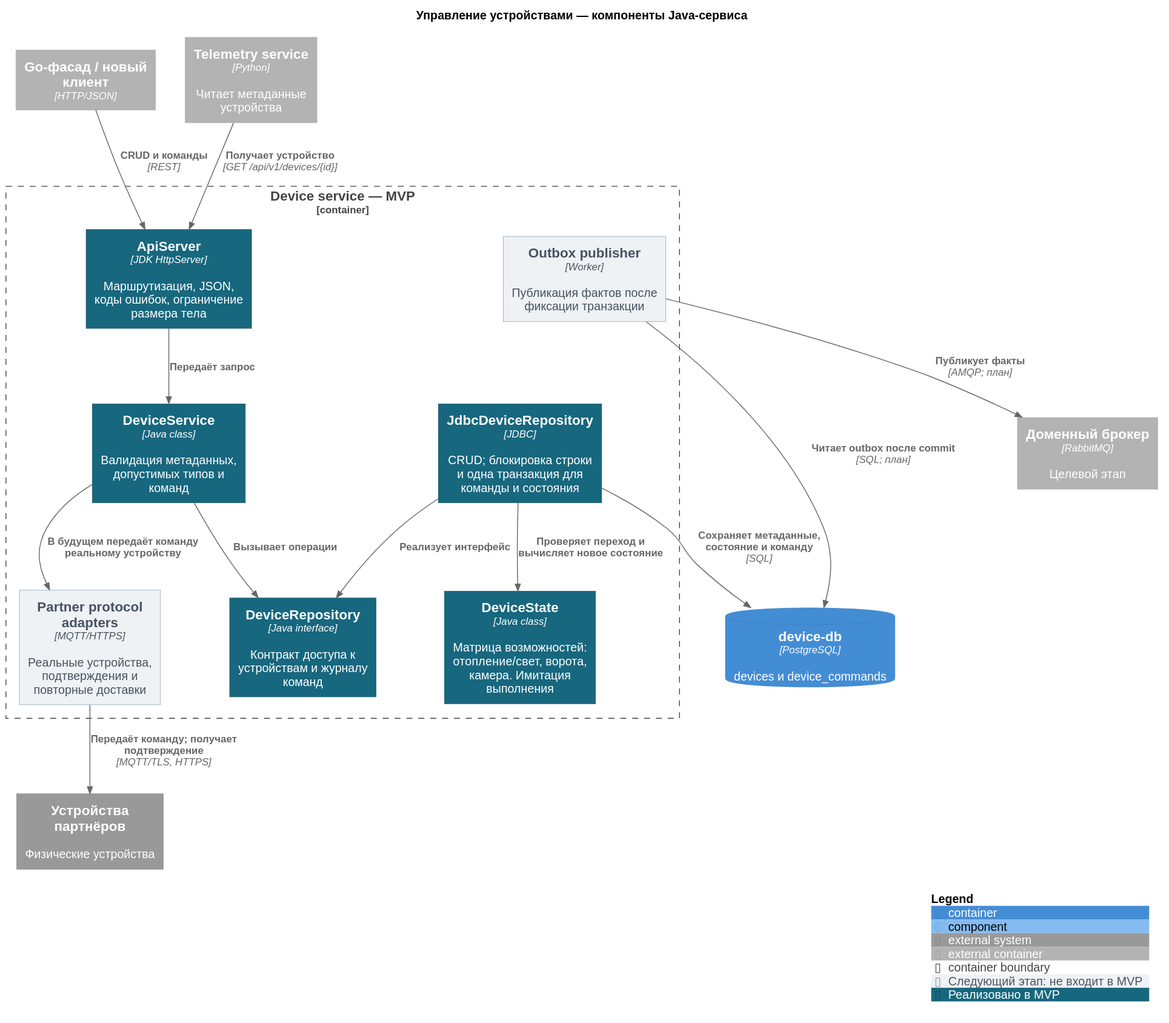
Earlier version of the PlantUML export schemas/components-devices.svg (zhvlv/architecture-pro-warmhouse).
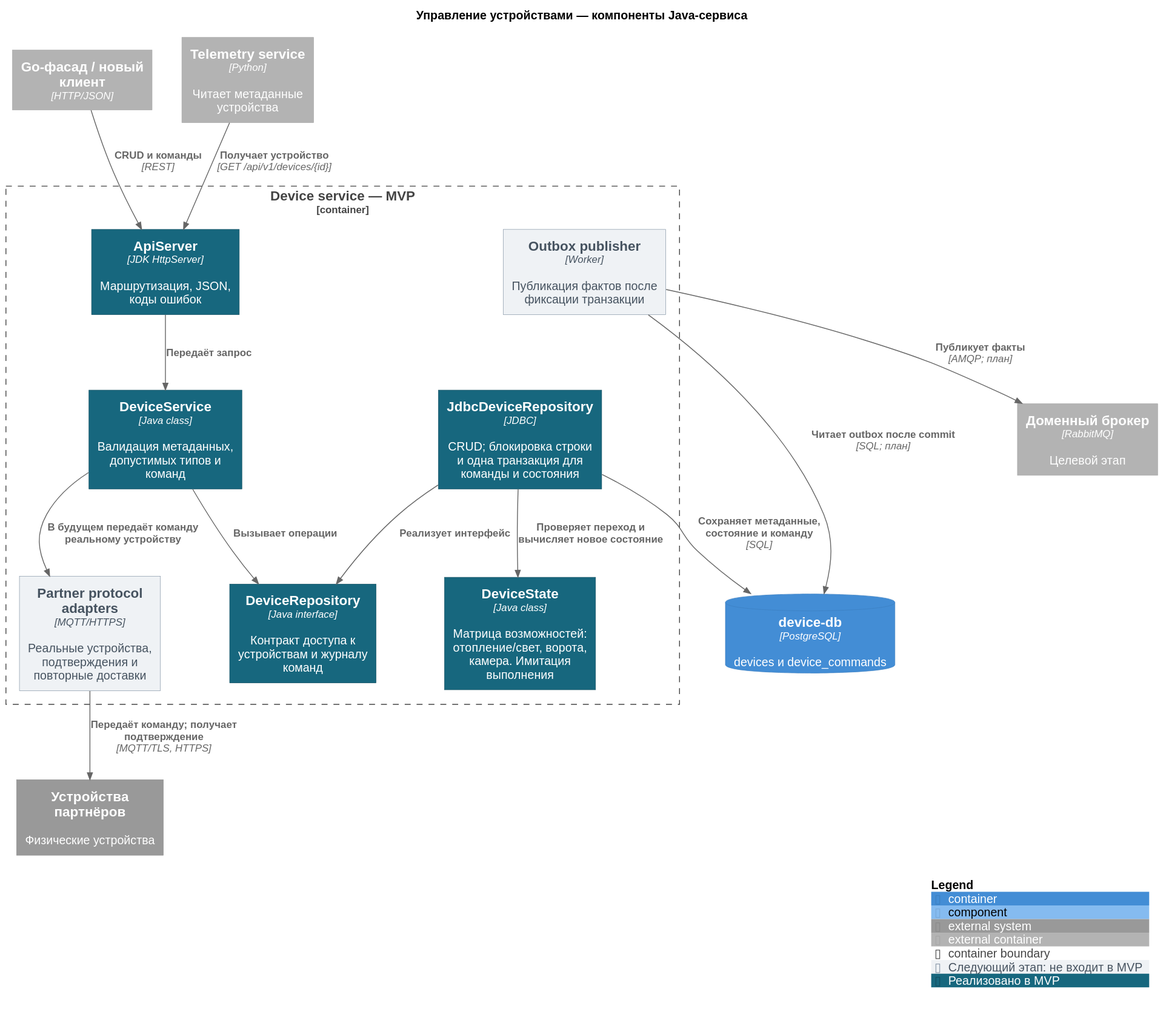
Above is the later version.

Change to the diagram source:
```diff
@@ -7,7 +7,7 @@
 Container_Ext(telemetry, "Telemetry service", "Python", "Читает метаданные устройства")
 ContainerDb(db, "device-db", "PostgreSQL", "devices и device_commands")
 Container_Boundary(service, "Device service — MVP") {
- Component(http, "ApiServer", "JDK HttpServer", "Маршрутизация, JSON, коды ошибок, ограничение размера тела", $tags="mvp")
+ Component(http, "ApiServer", "JDK HttpServer", "Маршрутизация, JSON, коды ошибок", $tags="mvp")
  Component(application, "DeviceService", "Java class", "Валидация метаданных, допустимых типов и команд", $tags="mvp")
  Component(state, "DeviceState", "Java class", "Матрица возможностей: отопление/свет, ворота, камера. Имитация выполнения", $tags="mvp")
  Component(port, "DeviceRepository", "Java interface", "Контракт доступа к устройствам и журналу команд", $tags="mvp")
```
